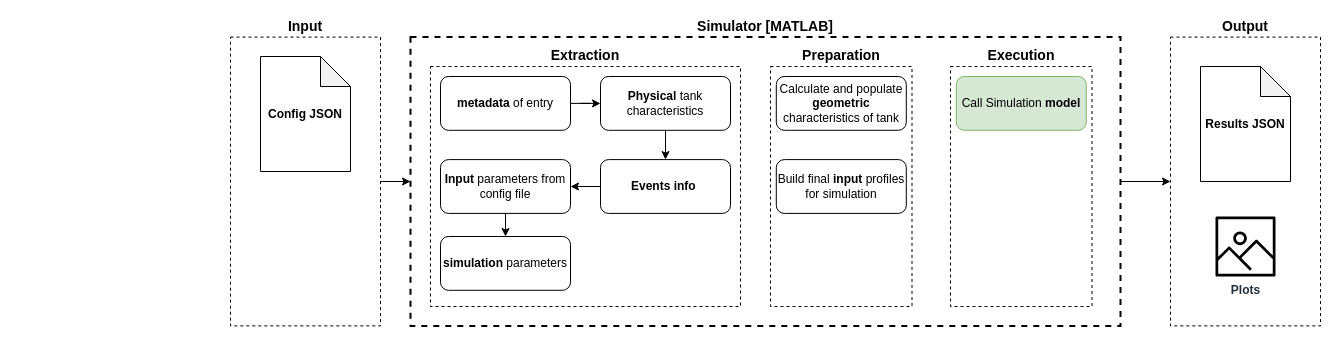
This is EHWST_Simulator_Diagram.drawio from daniel-van-schalkwyk/Hot-Water-Storage-Tank-Simulator, a draw.io file, before an edit. Source tidied: cells renumbered, new cells numbered last; positions are measured from the earlier drawing's top-left corner, leaving out a move shared by most shapes. Both pictures are drawn from the tidied source at 100%, with x=0, y=0 at pixel (230, 37).
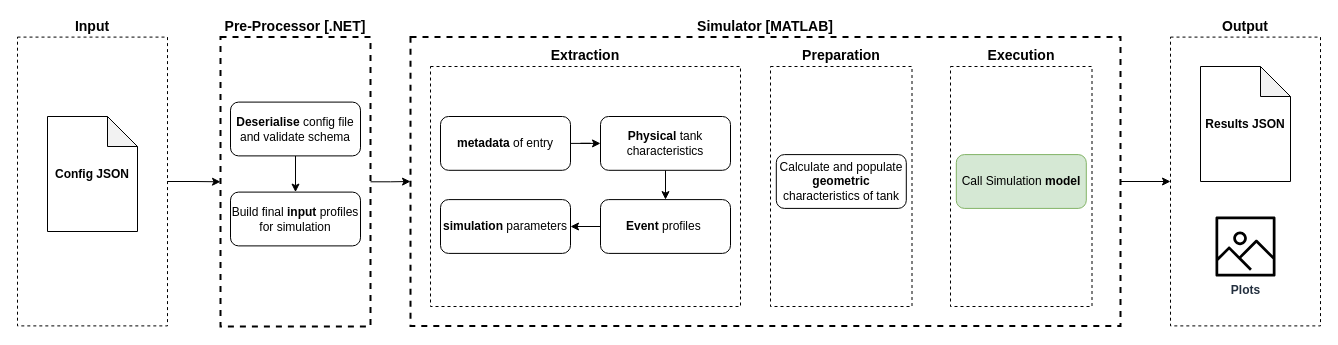
After the change.

Unchanged cells that the change refers to:
```xml
<mxCell id="9" value="Simulator [MATLAB]" style="rounded=0;whiteSpace=wrap;html=1;labelPosition=center;verticalLabelPosition=top;align=center;verticalAlign=bottom;fontStyle=1;fontSize=14;fillColor=none;dashed=1;strokeWidth=2;" parent="1" vertex="1">
  <mxGeometry x="180" y="-0.4" width="710" height="288.8" as="geometry" />
</mxCell>
```

What changed in the source:
```diff
@@
+    <mxCell id="25" style="edgeStyle=orthogonalEdgeStyle;rounded=0;jettySize=auto;html=1;exitX=1;exitY=0.5;exitDx=0;exitDy=0;entryX=0;entryY=0.5;entryDx=0;entryDy=0;" parent="1" edge="1" source="26" target="9">
+      <mxGeometry relative="1" as="geometry" />
+    </mxCell>
+    <mxCell id="26" value="Pre-Processor [.NET]" style="rounded=0;whiteSpace=wrap;html=1;labelPosition=center;verticalLabelPosition=top;align=center;verticalAlign=bottom;fontStyle=1;fontSize=14;fillColor=none;dashed=1;strokeWidth=2;" parent="1" vertex="1">
+      <mxGeometry x="-10" y="-0.4" width="150" height="289.4" as="geometry" />
+    </mxCell>
@@
-    <mxCell id="4" style="edgeStyle=orthogonalEdgeStyle;rounded=0;jettySize=auto;html=1;entryX=0;entryY=0.5;entryDx=0;entryDy=0;" parent="1" edge="1" source="5" target="9">
-      <mxGeometry relative="1" as="geometry" />
-    </mxCell>
+    <mxCell id="27" style="edgeStyle=orthogonalEdgeStyle;rounded=0;jettySize=auto;html=1;exitX=1;exitY=0.5;exitDx=0;exitDy=0;entryX=0;entryY=0.5;entryDx=0;entryDy=0;" parent="1" edge="1" source="5" target="26">
+      <mxGeometry relative="1" as="geometry" />
+    </mxCell>
     <mxCell id="5" value="Input" style="rounded=0;whiteSpace=wrap;html=1;labelPosition=center;verticalLabelPosition=top;align=center;verticalAlign=bottom;fontStyle=1;fontSize=14;fillColor=none;dashed=1;" parent="1" vertex="1">
-      <mxGeometry y="-0.4" width="150" height="288.8" as="geometry" />
+      <mxGeometry x="-213" y="-0.4" width="150" height="288.8" as="geometry" />
     </mxCell>
@@
     <mxCell id="7" value="Config JSON" style="shape=note;whiteSpace=wrap;html=1;backgroundOutline=1;darkOpacity=0.05;fontStyle=1;" parent="1" vertex="1">
-      <mxGeometry x="30" y="19" width="90" height="115" as="geometry" />
+      <mxGeometry x="-183" y="79" width="90" height="115" as="geometry" />
     </mxCell>
@@
     <mxCell id="10" value="Build final &lt;b&gt;input &lt;/b&gt;profiles for simulation" style="rounded=1;whiteSpace=wrap;html=1;" parent="1" vertex="1">
-      <mxGeometry x="545.8" y="122.1" width="130" height="53.8" as="geometry" />
+      <mxGeometry y="154.6" width="130" height="53.8" as="geometry" />
     </mxCell>
     <mxCell id="11" value="Calculate and populate &lt;b&gt;geometric &lt;/b&gt;characteristics of tank" style="rounded=1;whiteSpace=wrap;html=1;" parent="1" vertex="1">
-      <mxGeometry x="545.8" y="39" width="130" height="53.8" as="geometry" />
+      <mxGeometry x="545.8" y="117.1" width="130" height="53.8" as="geometry" />
     </mxCell>
@@
     <mxCell id="14" value="Call Simulation &lt;b&gt;model&lt;/b&gt;" style="rounded=1;whiteSpace=wrap;html=1;fillColor=#d5e8d4;strokeColor=#82b366;" parent="1" vertex="1">
-      <mxGeometry x="725.8" y="39" width="130" height="53.8" as="geometry" />
+      <mxGeometry x="725.8" y="117.1" width="130" height="53.8" as="geometry" />
     </mxCell>
@@
     <mxCell id="17" value="&lt;b&gt;Physical &lt;/b&gt;tank characteristics" style="rounded=1;whiteSpace=wrap;html=1;" parent="1" vertex="1">
-      <mxGeometry x="370" y="39" width="130" height="53.8" as="geometry" />
+      <mxGeometry x="370" y="79" width="130" height="53.8" as="geometry" />
     </mxCell>
-    <mxCell id="18" value="&lt;b&gt;simulation &lt;/b&gt;parameters" style="rounded=1;whiteSpace=wrap;html=1;" parent="1" vertex="1">
-      <mxGeometry x="210" y="199" width="130" height="53.8" as="geometry" />
-    </mxCell>
-    <mxCell id="19" style="edgeStyle=orthogonalEdgeStyle;rounded=0;jettySize=auto;html=1;" parent="1" edge="1" source="20" target="18">
-      <mxGeometry relative="1" as="geometry" />
-    </mxCell>
-    <mxCell id="20" value="&lt;b&gt;Input &lt;/b&gt;parameters from config file" style="rounded=1;whiteSpace=wrap;html=1;" parent="1" vertex="1">
-      <mxGeometry x="210" y="122.1" width="130" height="53.8" as="geometry" />
+    <mxCell id="20" value="&lt;b style=&quot;border-color: var(--border-color);&quot;&gt;simulation&amp;nbsp;&lt;/b&gt;parameters" style="rounded=1;whiteSpace=wrap;html=1;" parent="1" vertex="1">
+      <mxGeometry x="210" y="162.1" width="130" height="53.8" as="geometry" />
     </mxCell>
@@
-    <mxCell id="22" value="&lt;b&gt;Events info&amp;nbsp;&lt;/b&gt;" style="rounded=1;whiteSpace=wrap;html=1;" parent="1" vertex="1">
-      <mxGeometry x="370" y="122.1" width="130" height="53.8" as="geometry" />
+    <mxCell id="22" value="&lt;b&gt;Event &lt;/b&gt;profiles&amp;nbsp;" style="rounded=1;whiteSpace=wrap;html=1;" parent="1" vertex="1">
+      <mxGeometry x="370" y="162.1" width="130" height="53.8" as="geometry" />
     </mxCell>
@@
     <mxCell id="24" value="&lt;b&gt;metadata&lt;/b&gt; of entry" style="rounded=1;whiteSpace=wrap;html=1;" parent="1" vertex="1">
-      <mxGeometry x="210" y="39" width="130" height="53.8" as="geometry" />
+      <mxGeometry x="210" y="79" width="130" height="53.8" as="geometry" />
     </mxCell>
+    <mxCell id="28" style="edgeStyle=orthogonalEdgeStyle;rounded=0;jettySize=auto;html=1;" parent="1" edge="1" source="29" target="10">
+      <mxGeometry relative="1" as="geometry" />
+    </mxCell>
+    <mxCell id="29" value="&lt;b&gt;Deserialise &lt;/b&gt;config file and validate schema" style="rounded=1;whiteSpace=wrap;html=1;" parent="1" vertex="1">
+      <mxGeometry y="64.6" width="130" height="53.8" as="geometry" />
+    </mxCell>
```
